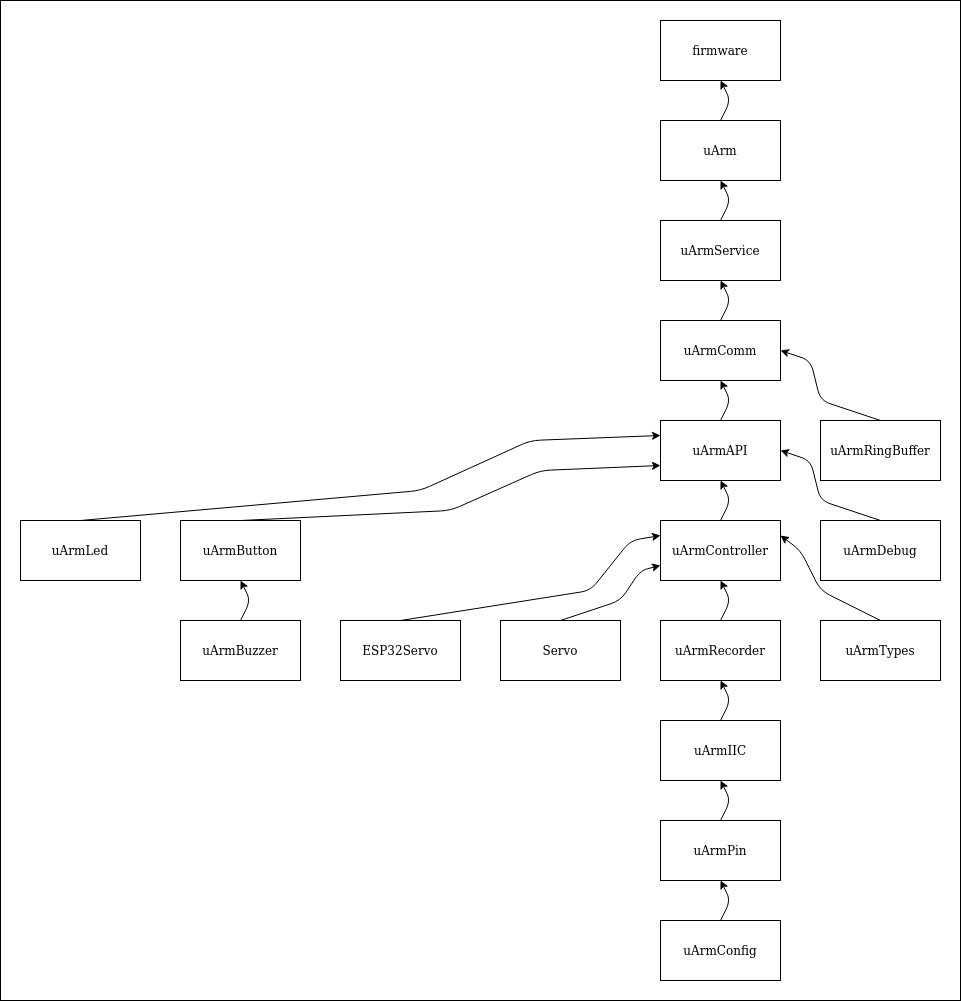
Earlier version of the draw.io export documentation/doc/uArm_firmware_full.png (abstractguy/TSO_project). Source tidied: cells renumbered, new cells last; positions are measured from the earlier drawing's top-left corner, leaving out a move shared by most shapes.
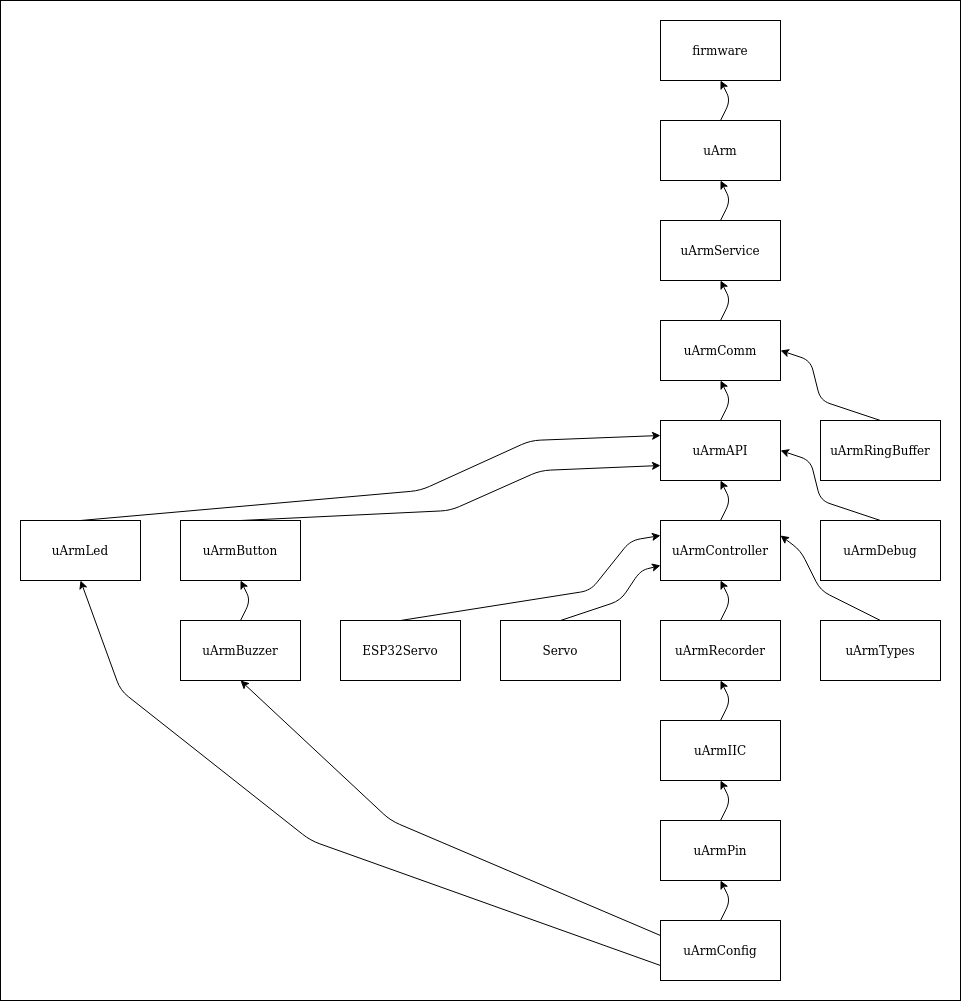
After the commit.

Commit message:
Added firmware architecture diagrams.

Diff of the diagram source:
```diff
@@ -200,5 +200,20 @@
         </Array>
       </mxGeometry>
     </mxCell>
+    <mxCell id="38" style="endArrow=classic;html=1;entryX=0.5;entryY=1;entryDx=0;entryDy=0;exitX=0;exitY=0.25;exitDx=0;exitDy=0;" parent="1" edge="1" source="6" target="23">
+      <mxGeometry relative="1" as="geometry">
+        <Array as="points">
+          <mxPoint x="390" y="820" />
+        </Array>
+      </mxGeometry>
+    </mxCell>
+    <mxCell id="39" style="endArrow=classic;html=1;entryX=0.5;entryY=1;entryDx=0;entryDy=0;exitX=0;exitY=0.75;exitDx=0;exitDy=0;" parent="1" edge="1" source="6" target="22">
+      <mxGeometry relative="1" as="geometry">
+        <Array as="points">
+          <mxPoint x="310" y="840" />
+          <mxPoint x="120" y="690" />
+        </Array>
+      </mxGeometry>
+    </mxCell>
   </root>
 </mxGraphModel>
```
